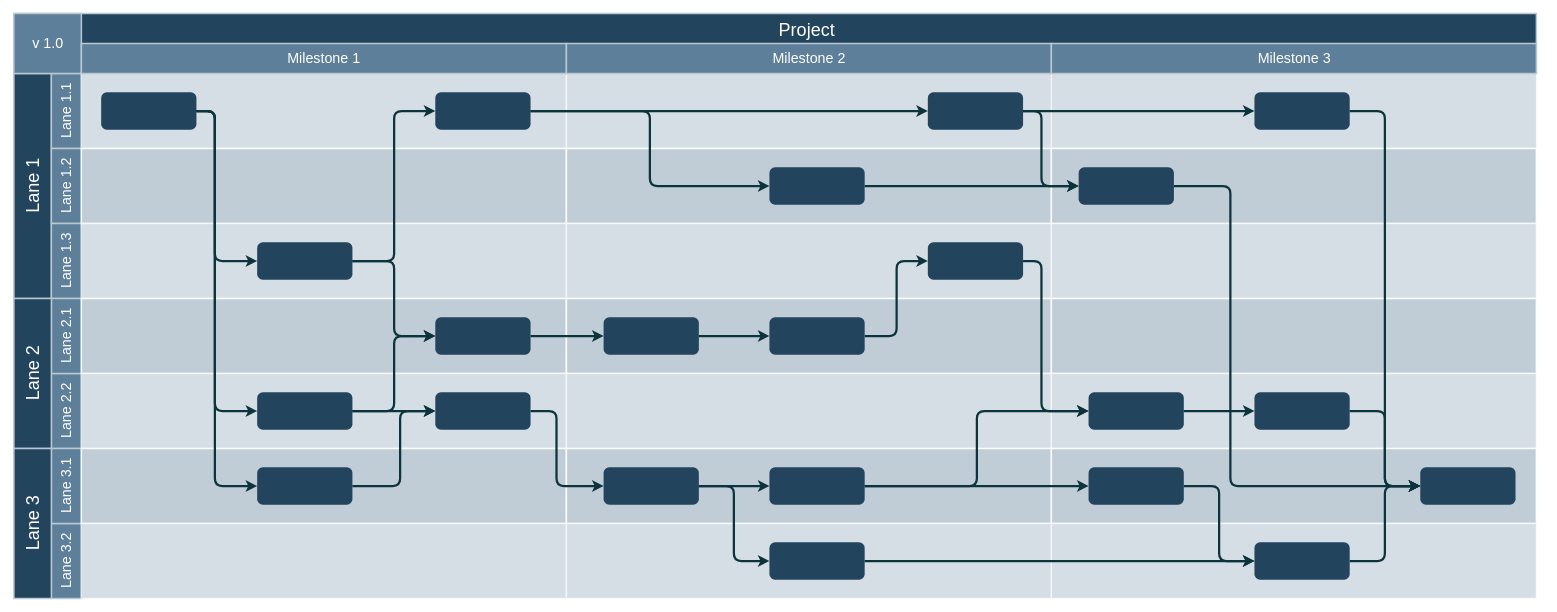
Above: Untitled Diagram.drawio in ChristianG-M/WEB (draw.io), before the change. Source tidied: cells renumbered, new cells numbered last; positions are measured from the earlier drawing's top-left corner, leaving out a move shared by most shapes. Both pictures are drawn from the tidied source at 75%, with x=0, y=0 at pixel (14, 13).
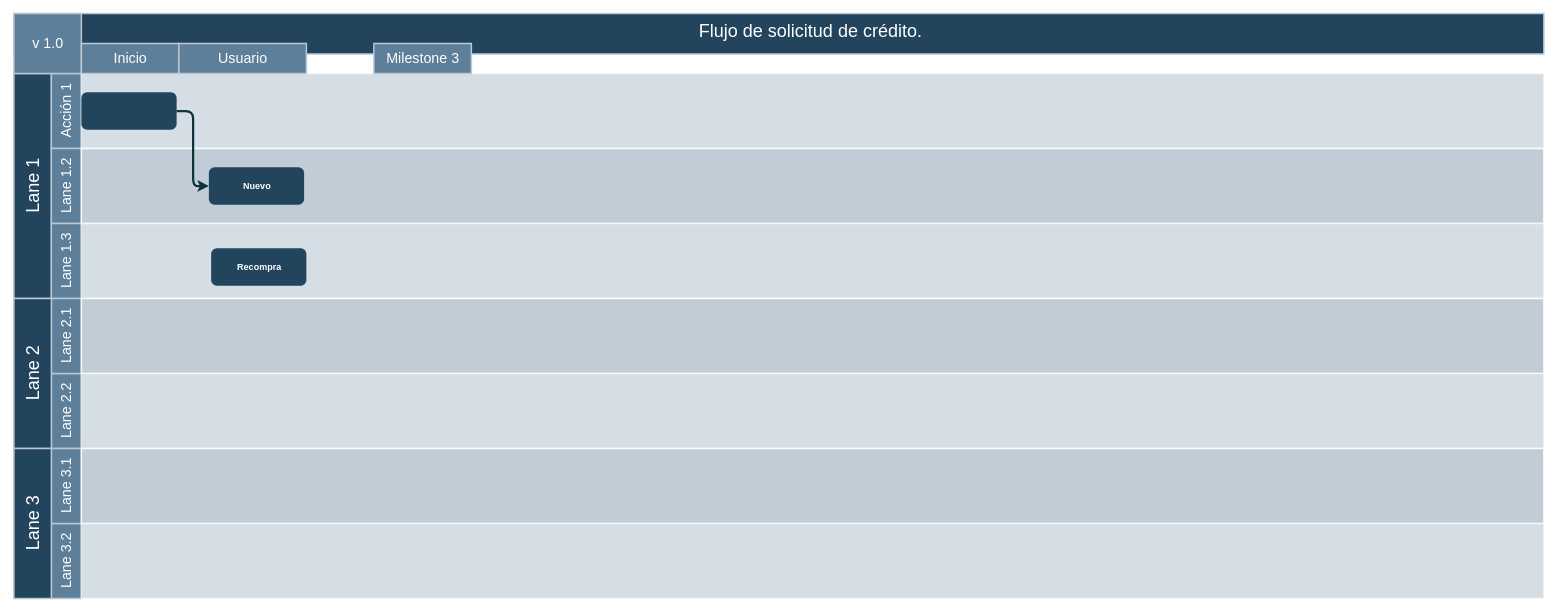
The same page after the edit.

Change to the diagram source:
```diff
@@
-    <mxCell id="2" value="Project&#10;" style="strokeColor=#BAC8D3;fillColor=#23445D;fontSize=24;strokeWidth=2;fontFamily=Helvetica;html=1;fontColor=#FFFFFF;fontStyle=0;spacingBottom=8;spacingRight=0;spacingLeft=83;" parent="1" vertex="1">
-      <mxGeometry y="0.5" width="2030" height="80" as="geometry" />
+    <mxCell id="2" value="Flujo de solicitud de crédito." style="strokeColor=#BAC8D3;fillColor=#23445D;fontSize=24;strokeWidth=2;fontFamily=Helvetica;html=1;fontColor=#FFFFFF;fontStyle=0;spacingBottom=8;spacingRight=0;spacingLeft=83;" parent="1" vertex="1">
+      <mxGeometry x="0.3" y="0.5" width="2039.7" height="54" as="geometry" />
     </mxCell>
@@
-    <mxCell id="4" value="Lane 1.1" style="strokeColor=#BAC8D3;fillColor=#5d7f99;fontSize=19;strokeWidth=2;horizontal=0;fontFamily=Helvetica;html=1;labelBackgroundColor=none;fontColor=#FFFFFF;" parent="1" vertex="1">
+    <mxCell id="4" value="Acción 1" style="strokeColor=#BAC8D3;fillColor=#5d7f99;fontSize=19;strokeWidth=2;horizontal=0;fontFamily=Helvetica;html=1;labelBackgroundColor=none;fontColor=#FFFFFF;" parent="1" vertex="1">
       <mxGeometry x="50" y="80.5" width="40" height="100" as="geometry" />
     </mxCell>
@@
     <mxCell id="14" style="strokeColor=#FFFFFF;fillColor=#BAC8D3;fontSize=18;strokeWidth=2;fontFamily=Helvetica;html=1;opacity=60;" parent="1" vertex="1">
-      <mxGeometry x="90" y="80.5" width="646.7" height="100" as="geometry" />
+      <mxGeometry x="90" y="80.5" width="1950" height="100" as="geometry" />
     </mxCell>
     <mxCell id="15" style="strokeColor=#FFFFFF;fillColor=#BAC8D3;fontSize=18;strokeWidth=2;fontFamily=Helvetica;html=1;opacity=90;" parent="1" vertex="1">
-      <mxGeometry x="90" y="180.5" width="646.7" height="100" as="geometry" />
+      <mxGeometry x="90" y="180.5" width="1950" height="100" as="geometry" />
     </mxCell>
     <mxCell id="16" style="strokeColor=#FFFFFF;fillColor=#BAC8D3;fontSize=18;strokeWidth=2;fontFamily=Helvetica;html=1;opacity=60;" parent="1" vertex="1">
-      <mxGeometry x="90" y="280.5" width="646.7" height="100" as="geometry" />
+      <mxGeometry x="90" y="280.5" width="1950" height="100" as="geometry" />
     </mxCell>
     <mxCell id="17" style="strokeColor=#FFFFFF;fillColor=#BAC8D3;fontSize=18;strokeWidth=2;fontFamily=Helvetica;html=1;opacity=90;" parent="1" vertex="1">
-      <mxGeometry x="90" y="380.5" width="646.7" height="100" as="geometry" />
+      <mxGeometry x="90" y="380.5" width="1950" height="100" as="geometry" />
     </mxCell>
     <mxCell id="18" style="strokeColor=#FFFFFF;fillColor=#BAC8D3;fontSize=18;strokeWidth=2;fontFamily=Helvetica;html=1;opacity=60;" parent="1" vertex="1">
-      <mxGeometry x="90" y="480.5" width="646.7" height="100" as="geometry" />
+      <mxGeometry x="90" y="480.5" width="1950" height="100" as="geometry" />
     </mxCell>
     <mxCell id="19" style="strokeColor=#FFFFFF;fillColor=#BAC8D3;fontSize=18;strokeWidth=2;fontFamily=Helvetica;html=1;opacity=90;" parent="1" vertex="1">
-      <mxGeometry x="90" y="580.5" width="646.7" height="100" as="geometry" />
+      <mxGeometry x="90" y="580.5" width="1950" height="100" as="geometry" />
     </mxCell>
     <mxCell id="20" style="strokeColor=#FFFFFF;fillColor=#BAC8D3;fontSize=18;strokeWidth=2;fontFamily=Helvetica;html=1;opacity=60;" parent="1" vertex="1">
-      <mxGeometry x="90" y="680.5" width="646.7" height="100" as="geometry" />
+      <mxGeometry x="90" y="680.5" width="1950" height="100" as="geometry" />
     </mxCell>
-    <mxCell id="21" style="strokeColor=#FFFFFF;fillColor=#BAC8D3;fontSize=18;strokeWidth=2;fontFamily=Helvetica;html=1;opacity=60;" parent="1" vertex="1">
-      <mxGeometry x="736.7" y="80.5" width="647" height="100" as="geometry" />
-    </mxCell>
-    <mxCell id="22" style="strokeColor=#FFFFFF;fillColor=#BAC8D3;fontSize=18;strokeWidth=2;fontFamily=Helvetica;html=1;opacity=90;" parent="1" vertex="1">
-      <mxGeometry x="736.7" y="180.5" width="646.7" height="100" as="geometry" />
-    </mxCell>
-    <mxCell id="23" style="strokeColor=#FFFFFF;fillColor=#BAC8D3;fontSize=18;strokeWidth=2;fontFamily=Helvetica;html=1;opacity=60;" parent="1" vertex="1">
-      <mxGeometry x="736.7" y="280.5" width="646.7" height="100" as="geometry" />
-    </mxCell>
-    <mxCell id="24" style="strokeColor=#FFFFFF;fillColor=#BAC8D3;fontSize=18;strokeWidth=2;fontFamily=Helvetica;html=1;opacity=90;" parent="1" vertex="1">
-      <mxGeometry x="736.7" y="380.5" width="646.7" height="100" as="geometry" />
-    </mxCell>
-    <mxCell id="25" style="strokeColor=#FFFFFF;fillColor=#BAC8D3;fontSize=18;strokeWidth=2;fontFamily=Helvetica;html=1;opacity=60;" parent="1" vertex="1">
-      <mxGeometry x="736.7" y="480.5" width="646.7" height="100" as="geometry" />
-    </mxCell>
-    <mxCell id="26" style="strokeColor=#FFFFFF;fillColor=#BAC8D3;fontSize=18;strokeWidth=2;fontFamily=Helvetica;html=1;opacity=90;" parent="1" vertex="1">
-      <mxGeometry x="736.7" y="580.5" width="646.7" height="100" as="geometry" />
-    </mxCell>
-    <mxCell id="27" style="strokeColor=#FFFFFF;fillColor=#BAC8D3;fontSize=18;strokeWidth=2;fontFamily=Helvetica;html=1;opacity=60;fontStyle=4;" parent="1" vertex="1">
-      <mxGeometry x="736.7" y="680.5" width="646.7" height="100" as="geometry" />
-    </mxCell>
-    <mxCell id="28" style="strokeColor=#FFFFFF;fillColor=#BAC8D3;fontSize=18;strokeWidth=2;fontFamily=Helvetica;html=1;opacity=60;" parent="1" vertex="1">
-      <mxGeometry x="1383.3" y="80.5" width="647" height="100" as="geometry" />
-    </mxCell>
-    <mxCell id="29" style="strokeColor=#FFFFFF;fillColor=#BAC8D3;fontSize=18;strokeWidth=2;fontFamily=Helvetica;html=1;opacity=90;" parent="1" vertex="1">
-      <mxGeometry x="1383.3" y="180.5" width="646.7" height="100" as="geometry" />
-    </mxCell>
-    <mxCell id="30" style="strokeColor=#FFFFFF;fillColor=#BAC8D3;fontSize=18;strokeWidth=2;fontFamily=Helvetica;html=1;opacity=60;" parent="1" vertex="1">
-      <mxGeometry x="1383.3" y="280.5" width="646.7" height="100" as="geometry" />
-    </mxCell>
-    <mxCell id="31" style="strokeColor=#FFFFFF;fillColor=#BAC8D3;fontSize=18;strokeWidth=2;fontFamily=Helvetica;html=1;opacity=90;" parent="1" vertex="1">
-      <mxGeometry x="1383.3" y="380.5" width="646.7" height="100" as="geometry" />
-    </mxCell>
-    <mxCell id="32" style="strokeColor=#FFFFFF;fillColor=#BAC8D3;fontSize=18;strokeWidth=2;fontFamily=Helvetica;html=1;opacity=60;" parent="1" vertex="1">
-      <mxGeometry x="1383.3" y="480.5" width="646.7" height="100" as="geometry" />
-    </mxCell>
-    <mxCell id="33" style="strokeColor=#FFFFFF;fillColor=#BAC8D3;fontSize=18;strokeWidth=2;fontFamily=Helvetica;html=1;opacity=90;" parent="1" vertex="1">
-      <mxGeometry x="1383.3" y="580.5" width="646.7" height="100" as="geometry" />
-    </mxCell>
-    <mxCell id="34" style="strokeColor=#FFFFFF;fillColor=#BAC8D3;fontSize=18;strokeWidth=2;fontFamily=Helvetica;html=1;opacity=60;fontStyle=4;" parent="1" vertex="1">
-      <mxGeometry x="1383.3" y="680.5" width="646.7" height="100" as="geometry" />
-    </mxCell>
-    <mxCell id="35" style="edgeStyle=orthogonalEdgeStyle;rounded=1;jumpStyle=none;html=1;exitX=1;exitY=0.5;entryX=0;entryY=0.5;labelBackgroundColor=#ffffff;startArrow=none;startFill=0;endArrow=classic;jettySize=auto;strokeColor=#0C343D;strokeWidth=3;fontFamily=Helvetica;fontSize=11;fontColor=#000000;" parent="1" edge="1" source="36" target="38">
-      <mxGeometry relative="1" as="geometry">
-        <Array as="points">
-          <mxPoint x="268" y="130.5" />
-          <mxPoint x="268" y="330.5" />
-        </Array>
-      </mxGeometry>
-    </mxCell>
     <mxCell id="36" style="rounded=1;fillColor=#23445D;strokeColor=none;strokeWidth=2;fontFamily=Helvetica;html=1;gradientColor=none;" parent="1" vertex="1">
-      <mxGeometry x="116.4" y="105.5" width="127" height="50" as="geometry" />
+      <mxGeometry x="90" y="105.5" width="127" height="50" as="geometry" />
     </mxCell>
-    <mxCell id="37" style="rounded=1;fillColor=#23445D;strokeColor=none;strokeWidth=2;fontFamily=Helvetica;html=1;gradientColor=none;" parent="1" vertex="1">
-      <mxGeometry x="561.9" y="105.5" width="127" height="50" as="geometry" />
-    </mxCell>
-    <mxCell id="38" style="rounded=1;fillColor=#23445D;strokeColor=none;strokeWidth=2;fontFamily=Helvetica;html=1;gradientColor=none;" parent="1" vertex="1">
-      <mxGeometry x="324.4" y="305.5" width="127" height="50" as="geometry" />
+    <mxCell id="38" value="&lt;font color=&quot;#FFFFFF&quot;&gt;&lt;b&gt;Nuevo&lt;/b&gt;&lt;/font&gt;" style="rounded=1;fillColor=#23445D;strokeColor=none;strokeWidth=2;fontFamily=Helvetica;html=1;gradientColor=none;" parent="1" vertex="1">
+      <mxGeometry x="260" y="205.5" width="127" height="50" as="geometry" />
     </mxCell>
-    <mxCell id="39" style="rounded=1;fillColor=#23445D;strokeColor=none;strokeWidth=2;fontFamily=Helvetica;html=1;gradientColor=none;" parent="1" vertex="1">
-      <mxGeometry x="561.9" y="405.5" width="127" height="50" as="geometry" />
-    </mxCell>
-    <mxCell id="40" style="rounded=1;fillColor=#23445D;strokeColor=none;strokeWidth=2;fontFamily=Helvetica;html=1;gradientColor=none;" parent="1" vertex="1">
-      <mxGeometry x="561.9" y="505.5" width="127" height="50" as="geometry" />
-    </mxCell>
-    <mxCell id="41" style="rounded=1;fillColor=#23445D;strokeColor=none;strokeWidth=2;fontFamily=Helvetica;html=1;gradientColor=none;" parent="1" vertex="1">
-      <mxGeometry x="324.4" y="605.5" width="127" height="50" as="geometry" />
-    </mxCell>
-    <mxCell id="42" style="rounded=1;fillColor=#23445D;strokeColor=none;strokeWidth=2;fontFamily=Helvetica;html=1;gradientColor=none;" parent="1" vertex="1">
-      <mxGeometry x="324.4" y="505.5" width="127" height="50" as="geometry" />
-    </mxCell>
-    <mxCell id="43" style="rounded=1;fillColor=#23445D;strokeColor=none;strokeWidth=2;fontFamily=Helvetica;html=1;gradientColor=none;" parent="1" vertex="1">
-      <mxGeometry x="1007.4" y="205.5" width="127" height="50" as="geometry" />
-    </mxCell>
-    <mxCell id="44" style="rounded=1;fillColor=#23445D;strokeColor=none;strokeWidth=2;fontFamily=Helvetica;html=1;gradientColor=none;" parent="1" vertex="1">
-      <mxGeometry x="1218.6" y="105.5" width="127" height="50" as="geometry" />
-    </mxCell>
-    <mxCell id="45" style="rounded=1;fillColor=#23445D;strokeColor=none;strokeWidth=2;gradientColor=none;fontFamily=Helvetica;html=1;" parent="1" vertex="1">
-      <mxGeometry x="1875.2" y="605.5" width="127" height="50" as="geometry" />
-    </mxCell>
-    <mxCell id="46" style="rounded=1;fillColor=#23445D;strokeColor=none;strokeWidth=2;fontFamily=Helvetica;html=1;gradientColor=none;" parent="1" vertex="1">
-      <mxGeometry x="1007.4" y="405.5" width="127" height="50" as="geometry" />
-    </mxCell>
-    <mxCell id="47" style="rounded=1;fillColor=#23445D;strokeColor=none;strokeWidth=2;fontFamily=Helvetica;html=1;gradientColor=none;" parent="1" vertex="1">
-      <mxGeometry x="1007.4" y="705.5" width="127" height="50" as="geometry" />
-    </mxCell>
-    <mxCell id="48" style="rounded=1;fillColor=#23445D;strokeColor=none;strokeWidth=2;fontFamily=Helvetica;html=1;gradientColor=none;" parent="1" vertex="1">
-      <mxGeometry x="786.3" y="605.5" width="127" height="50" as="geometry" />
-    </mxCell>
-    <mxCell id="49" style="rounded=1;fillColor=#23445D;strokeColor=none;strokeWidth=2;fontFamily=Helvetica;html=1;gradientColor=none;" parent="1" vertex="1">
-      <mxGeometry x="1007.4" y="605.5" width="127" height="50" as="geometry" />
-    </mxCell>
-    <mxCell id="50" style="rounded=1;fillColor=#23445D;strokeColor=none;strokeWidth=2;fontFamily=Helvetica;html=1;gradientColor=none;" parent="1" vertex="1">
-      <mxGeometry x="786.3" y="405.5" width="127" height="50" as="geometry" />
-    </mxCell>
-    <mxCell id="51" style="rounded=1;fillColor=#23445D;strokeColor=none;strokeWidth=2;fontFamily=Helvetica;html=1;gradientColor=none;" parent="1" vertex="1">
-      <mxGeometry x="1218.6" y="305.5" width="127" height="50" as="geometry" />
-    </mxCell>
-    <mxCell id="52" style="rounded=1;fillColor=#23445D;strokeColor=none;strokeWidth=2;gradientColor=none;fontFamily=Helvetica;html=1;" parent="1" vertex="1">
-      <mxGeometry x="1432.9" y="505.5" width="127" height="50" as="geometry" />
-    </mxCell>
-    <mxCell id="53" style="rounded=1;fillColor=#23445D;strokeColor=none;strokeWidth=2;gradientColor=none;fontFamily=Helvetica;html=1;" parent="1" vertex="1">
-      <mxGeometry x="1654.1" y="505.5" width="127" height="50" as="geometry" />
-    </mxCell>
-    <mxCell id="54" style="rounded=1;fillColor=#23445D;strokeColor=none;strokeWidth=2;gradientColor=none;fontFamily=Helvetica;html=1;" parent="1" vertex="1">
-      <mxGeometry x="1419.7" y="205.5" width="127" height="50" as="geometry" />
-    </mxCell>
-    <mxCell id="55" style="rounded=1;fillColor=#23445D;strokeColor=none;strokeWidth=2;gradientColor=none;fontFamily=Helvetica;html=1;" parent="1" vertex="1">
-      <mxGeometry x="1432.9" y="605.5" width="127" height="50" as="geometry" />
-    </mxCell>
-    <mxCell id="56" style="rounded=1;fillColor=#23445D;strokeColor=none;strokeWidth=2;gradientColor=none;fontFamily=Helvetica;html=1;" parent="1" vertex="1">
-      <mxGeometry x="1654.1" y="705.5" width="127" height="50" as="geometry" />
-    </mxCell>
-    <mxCell id="57" style="rounded=1;fillColor=#23445D;strokeColor=none;strokeWidth=2;gradientColor=none;fontFamily=Helvetica;html=1;" parent="1" vertex="1">
-      <mxGeometry x="1654.1" y="105.5" width="127" height="50" as="geometry" />
-    </mxCell>
-    <mxCell id="58" style="edgeStyle=elbowEdgeStyle;elbow=horizontal;strokeWidth=3;strokeColor=#0C343D;fontFamily=Helvetica;html=1;" parent="1" edge="1" source="36" target="42">
-      <mxGeometry x="6.4" y="830.5" as="geometry">
-        <Array as="points">
-          <mxPoint x="268" y="343.5" />
-        </Array>
-      </mxGeometry>
-    </mxCell>
-    <mxCell id="59" style="edgeStyle=elbowEdgeStyle;elbow=horizontal;strokeWidth=3;strokeColor=#0C343D;fontFamily=Helvetica;html=1;" parent="1" edge="1" source="36" target="41">
-      <mxGeometry x="6.4" y="830.5" as="geometry">
-        <Array as="points">
-          <mxPoint x="268" y="252.5" />
-        </Array>
-      </mxGeometry>
-    </mxCell>
-    <mxCell id="60" style="edgeStyle=elbowEdgeStyle;elbow=horizontal;strokeWidth=3;strokeColor=#0C343D;fontFamily=Helvetica;html=1;" parent="1" edge="1" source="38" target="37">
-      <mxGeometry x="6.4" y="830.5" as="geometry" />
-    </mxCell>
-    <mxCell id="61" style="edgeStyle=elbowEdgeStyle;elbow=horizontal;strokeWidth=3;strokeColor=#0C343D;fontFamily=Helvetica;html=1;" parent="1" edge="1" source="38" target="39">
-      <mxGeometry x="6.4" y="830.5" as="geometry" />
-    </mxCell>
-    <mxCell id="62" style="edgeStyle=elbowEdgeStyle;elbow=horizontal;strokeWidth=3;strokeColor=#0C343D;fontFamily=Helvetica;html=1;" parent="1" edge="1" source="42" target="39">
-      <mxGeometry x="6.4" y="830.5" as="geometry" />
-    </mxCell>
-    <mxCell id="63" style="edgeStyle=elbowEdgeStyle;elbow=horizontal;strokeWidth=3;strokeColor=#0C343D;fontFamily=Helvetica;html=1;" parent="1" edge="1" source="42" target="40">
-      <mxGeometry x="6.4" y="830.5" as="geometry" />
-    </mxCell>
-    <mxCell id="64" style="edgeStyle=elbowEdgeStyle;elbow=horizontal;strokeWidth=3;strokeColor=#0C343D;fontFamily=Helvetica;html=1;" parent="1" edge="1" source="41" target="40">
-      <mxGeometry x="6.4" y="830.5" as="geometry">
-        <Array as="points">
-          <mxPoint x="515" y="584.5" />
-        </Array>
-      </mxGeometry>
-    </mxCell>
-    <mxCell id="65" style="edgeStyle=elbowEdgeStyle;elbow=horizontal;strokeWidth=3;strokeColor=#0C343D;fontFamily=Helvetica;html=1;" parent="1" edge="1" source="37" target="43">
-      <mxGeometry x="6.4" y="830.5" as="geometry" />
-    </mxCell>
-    <mxCell id="66" style="edgeStyle=elbowEdgeStyle;elbow=horizontal;strokeWidth=3;strokeColor=#0C343D;fontFamily=Helvetica;html=1;" parent="1" edge="1" source="39" target="50">
-      <mxGeometry x="6.4" y="830.5" as="geometry" />
-    </mxCell>
-    <mxCell id="67" style="edgeStyle=elbowEdgeStyle;elbow=horizontal;strokeWidth=3;strokeColor=#0C343D;fontFamily=Helvetica;html=1;" parent="1" edge="1" source="50" target="46">
-      <mxGeometry x="6.4" y="830.5" as="geometry" />
-    </mxCell>
-    <mxCell id="68" style="edgeStyle=elbowEdgeStyle;elbow=horizontal;strokeWidth=3;strokeColor=#0C343D;fontFamily=Helvetica;html=1;" parent="1" edge="1" source="37" target="44">
-      <mxGeometry x="6.4" y="830.5" as="geometry" />
-    </mxCell>
-    <mxCell id="69" style="edgeStyle=elbowEdgeStyle;elbow=horizontal;strokeWidth=3;strokeColor=#0C343D;fontFamily=Helvetica;html=1;" parent="1" edge="1" source="40" target="48">
-      <mxGeometry x="6.4" y="830.5" as="geometry">
-        <Array as="points">
-          <mxPoint x="723.5" y="580.5" />
-        </Array>
-      </mxGeometry>
-    </mxCell>
-    <mxCell id="70" style="edgeStyle=elbowEdgeStyle;elbow=horizontal;strokeWidth=3;strokeColor=#0C343D;fontFamily=Helvetica;html=1;" parent="1" edge="1" source="48" target="49">
-      <mxGeometry x="6.4" y="830.5" as="geometry" />
-    </mxCell>
-    <mxCell id="71" style="edgeStyle=elbowEdgeStyle;elbow=horizontal;strokeWidth=3;strokeColor=#0C343D;fontFamily=Helvetica;html=1;" parent="1" edge="1" source="48" target="47">
-      <mxGeometry x="6.4" y="830.5" as="geometry" />
-    </mxCell>
-    <mxCell id="72" style="edgeStyle=elbowEdgeStyle;elbow=horizontal;strokeWidth=3;strokeColor=#0C343D;fontFamily=Helvetica;html=1;" parent="1" edge="1" source="47" target="56">
-      <mxGeometry x="6.4" y="830.5" as="geometry" />
-    </mxCell>
-    <mxCell id="73" style="edgeStyle=elbowEdgeStyle;elbow=horizontal;strokeWidth=3;strokeColor=#0C343D;fontFamily=Helvetica;html=1;" parent="1" edge="1" source="56" target="45">
-      <mxGeometry x="6.4" y="830.5" as="geometry" />
-    </mxCell>
-    <mxCell id="74" style="edgeStyle=elbowEdgeStyle;elbow=horizontal;strokeWidth=3;strokeColor=#0C343D;fontFamily=Helvetica;html=1;" parent="1" edge="1" source="54" target="45">
-      <mxGeometry x="6.4" y="830.5" as="geometry">
-        <Array as="points">
-          <mxPoint x="1622" y="430.5" />
-        </Array>
-      </mxGeometry>
-    </mxCell>
-    <mxCell id="75" style="edgeStyle=elbowEdgeStyle;elbow=horizontal;strokeWidth=3;strokeColor=#0C343D;fontFamily=Helvetica;html=1;" parent="1" edge="1" source="55" target="56">
-      <mxGeometry x="6.4" y="830.5" as="geometry" />
-    </mxCell>
-    <mxCell id="76" style="edgeStyle=elbowEdgeStyle;elbow=horizontal;strokeWidth=3;strokeColor=#0C343D;fontFamily=Helvetica;html=1;" parent="1" edge="1" source="49" target="52">
-      <mxGeometry x="6.4" y="830.5" as="geometry" />
-    </mxCell>
-    <mxCell id="77" style="edgeStyle=elbowEdgeStyle;elbow=horizontal;strokeWidth=3;strokeColor=#0C343D;fontFamily=Helvetica;html=1;" parent="1" edge="1" source="49" target="55">
-      <mxGeometry x="6.4" y="830.5" as="geometry" />
-    </mxCell>
-    <mxCell id="78" style="edgeStyle=elbowEdgeStyle;elbow=horizontal;strokeWidth=3;strokeColor=#0C343D;fontFamily=Helvetica;html=1;" parent="1" edge="1" source="46" target="51">
-      <mxGeometry x="6.4" y="830.5" as="geometry" />
-    </mxCell>
-    <mxCell id="79" style="edgeStyle=elbowEdgeStyle;elbow=horizontal;strokeWidth=3;strokeColor=#0C343D;fontFamily=Helvetica;html=1;" parent="1" edge="1" source="43" target="54">
-      <mxGeometry x="6.4" y="830.5" as="geometry" />
-    </mxCell>
-    <mxCell id="80" style="edgeStyle=elbowEdgeStyle;elbow=horizontal;strokeWidth=3;strokeColor=#0C343D;fontFamily=Helvetica;html=1;" parent="1" edge="1" source="44" target="54">
-      <mxGeometry x="6.4" y="830.5" as="geometry">
-        <Array as="points">
-          <mxPoint x="1370.1" y="180.5" />
-        </Array>
-      </mxGeometry>
-    </mxCell>
-    <mxCell id="81" style="edgeStyle=elbowEdgeStyle;elbow=horizontal;strokeWidth=3;strokeColor=#0C343D;fontFamily=Helvetica;html=1;" parent="1" edge="1" source="44" target="57">
-      <mxGeometry x="6.4" y="830.5" as="geometry" />
-    </mxCell>
-    <mxCell id="82" style="edgeStyle=elbowEdgeStyle;elbow=horizontal;strokeWidth=3;strokeColor=#0C343D;fontFamily=Helvetica;html=1;" parent="1" edge="1" source="57" target="45">
-      <mxGeometry x="6.4" y="830.5" as="geometry" />
-    </mxCell>
-    <mxCell id="83" style="edgeStyle=elbowEdgeStyle;elbow=horizontal;strokeWidth=3;strokeColor=#0C343D;fontFamily=Helvetica;html=1;" parent="1" edge="1" source="53" target="45">
-      <mxGeometry x="6.4" y="830.5" as="geometry" />
-    </mxCell>
-    <mxCell id="84" style="edgeStyle=elbowEdgeStyle;elbow=horizontal;strokeWidth=3;strokeColor=#0C343D;fontFamily=Helvetica;html=1;" parent="1" edge="1" source="52" target="53">
-      <mxGeometry x="6.4" y="830.5" as="geometry" />
-    </mxCell>
-    <mxCell id="85" style="edgeStyle=elbowEdgeStyle;elbow=horizontal;strokeWidth=3;strokeColor=#0C343D;fontFamily=Helvetica;html=1;" parent="1" edge="1" source="51" target="52">
-      <mxGeometry x="6.4" y="830.5" as="geometry">
-        <Array as="points">
-          <mxPoint x="1370.1" y="430.5" />
-        </Array>
-      </mxGeometry>
-    </mxCell>
     <mxCell id="86" style="group;" parent="1" vertex="1">
-      <mxGeometry x="90" y="40.5" width="646.7" height="40" as="geometry" />
+      <mxGeometry x="90" y="40.5" width="300" height="40" as="geometry" />
     </mxCell>
-    <mxCell id="87" value="Milestone 1" style="strokeColor=#BAC8D3;fillColor=#5d7f99;fontSize=19;strokeWidth=2;fontFamily=Helvetica;html=1;labelBackgroundColor=none;fontColor=#FFFFFF;" parent="86" vertex="1">
-      <mxGeometry width="646.7" height="40" as="geometry" />
+    <mxCell id="87" value="Inicio" style="strokeColor=#BAC8D3;fillColor=#5d7f99;fontSize=19;strokeWidth=2;fontFamily=Helvetica;html=1;labelBackgroundColor=none;fontColor=#FFFFFF;" parent="86" vertex="1">
+      <mxGeometry width="130" height="40" as="geometry" />
     </mxCell>
-    <mxCell id="88" value="Milestone 2" style="strokeColor=#BAC8D3;fillColor=#5d7f99;fontSize=19;strokeWidth=2;fontFamily=Helvetica;html=1;labelBackgroundColor=none;fontColor=#FFFFFF;" parent="86" vertex="1">
-      <mxGeometry x="646.7" width="646.7" height="40" as="geometry" />
+    <mxCell id="88" value="Usuario" style="strokeColor=#BAC8D3;fillColor=#5d7f99;fontSize=19;strokeWidth=2;fontFamily=Helvetica;html=1;labelBackgroundColor=none;fontColor=#FFFFFF;" parent="86" vertex="1">
+      <mxGeometry x="130" width="170" height="40" as="geometry" />
     </mxCell>
-    <mxCell id="89" value="Milestone 3" style="strokeColor=#BAC8D3;fillColor=#5d7f99;fontSize=19;strokeWidth=2;fontFamily=Helvetica;html=1;labelBackgroundColor=none;fontColor=#FFFFFF;" parent="86" vertex="1">
-      <mxGeometry x="1293.3" width="646.7" height="40" as="geometry" />
+    <mxCell id="89" value="Milestone 3" style="strokeColor=#BAC8D3;fillColor=#5d7f99;fontSize=19;strokeWidth=2;fontFamily=Helvetica;html=1;labelBackgroundColor=none;fontColor=#FFFFFF;" parent="1" vertex="1">
+      <mxGeometry x="480" y="40.5" width="130" height="40" as="geometry" />
     </mxCell>
+    <mxCell id="35" style="edgeStyle=elbowEdgeStyle;elbow=horizontal;strokeWidth=3;strokeColor=#0C343D;fontFamily=Helvetica;html=1;exitX=1;exitY=0.5;exitDx=0;exitDy=0;entryX=0;entryY=0.5;entryDx=0;entryDy=0;" parent="1" edge="1" source="36" target="38">
+      <mxGeometry x="-358.9" y="420" as="geometry" />
+    </mxCell>
+    <mxCell id="90" value="&lt;font color=&quot;#FFFFFF&quot;&gt;&lt;b&gt;Recompra&lt;/b&gt;&lt;/font&gt;" style="rounded=1;fillColor=#23445D;strokeColor=none;strokeWidth=2;fontFamily=Helvetica;html=1;gradientColor=none;" parent="1" vertex="1">
+      <mxGeometry x="263" y="313.5" width="127" height="50" as="geometry" />
+    </mxCell>
```
